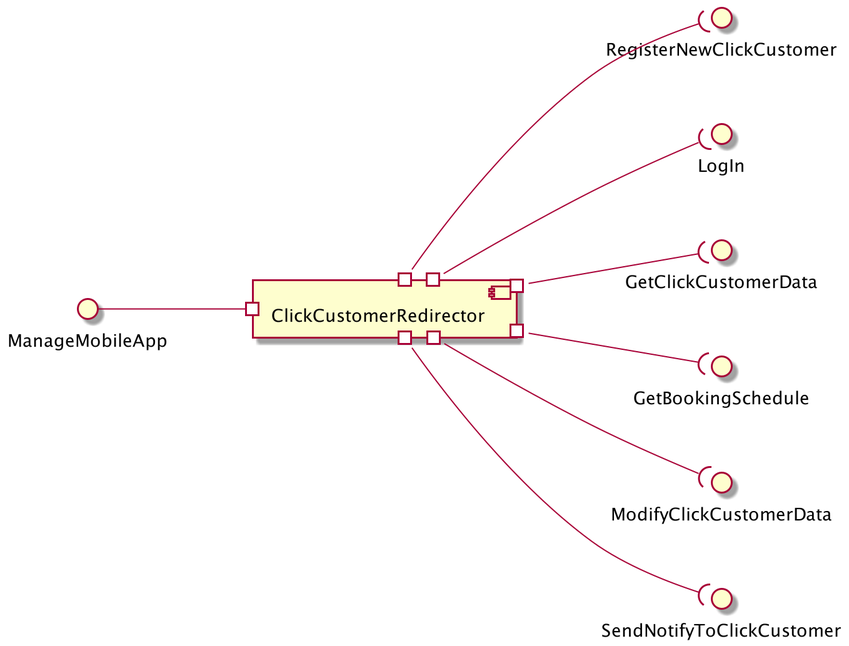
ZHANG-Y-D/RASD-DD-CLup-CustomersLineup keeps this PlantUML diagram as DD/Images/component_diagram_ClickCustomerRedirector.png. Above is the earlier version. Source of this version:
```plantuml
@startuml
left to right direction
[ClickCustomerRedirector] as CC

interface ManageMobileApp
ManageMobileApp --# CC


interface RegisterNewClickCustomer
interface LogIn
interface GetClickCustomerData
interface GetBookingSchedule
interface ModifyClickCustomerData
interface SendNotifyToClickCustomer


CC #--( RegisterNewClickCustomer
CC #--( LogIn
CC #--( GetClickCustomerData
CC #--( GetBookingSchedule
CC #--( ModifyClickCustomerData
CC #--( SendNotifyToClickCustomer

@enduml
```
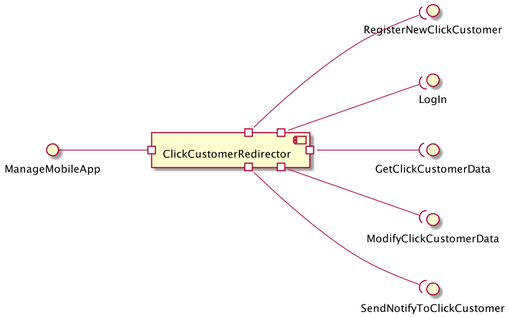
Later version of the same file.

Diff of the diagram source:
```diff
@@ -1,4 +1,7 @@
 @startuml
+
+
+
 left to right direction
 [ClickCustomerRedirector] as CC
 
@@ -9,7 +12,6 @@
 interface RegisterNewClickCustomer
 interface LogIn
 interface GetClickCustomerData
-interface GetBookingSchedule
 interface ModifyClickCustomerData
 interface SendNotifyToClickCustomer
 
@@ -17,7 +19,6 @@
 CC #--( RegisterNewClickCustomer
 CC #--( LogIn
 CC #--( GetClickCustomerData
-CC #--( GetBookingSchedule
 CC #--( ModifyClickCustomerData
 CC #--( SendNotifyToClickCustomer
 
```
